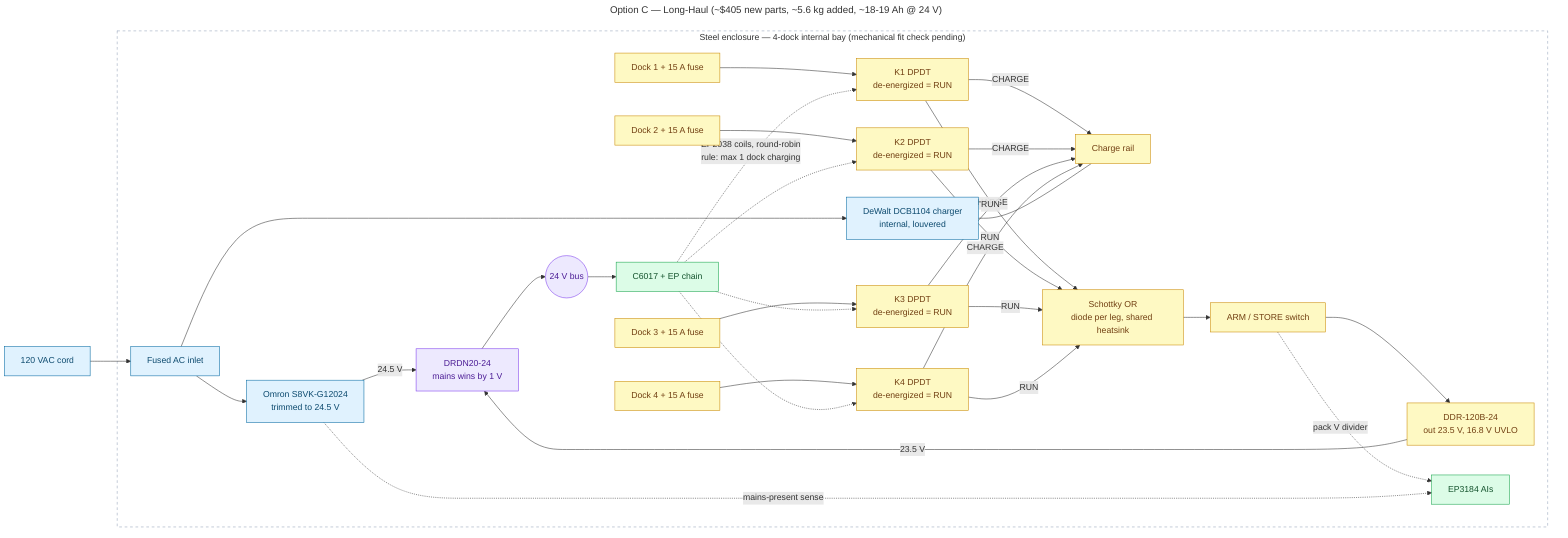
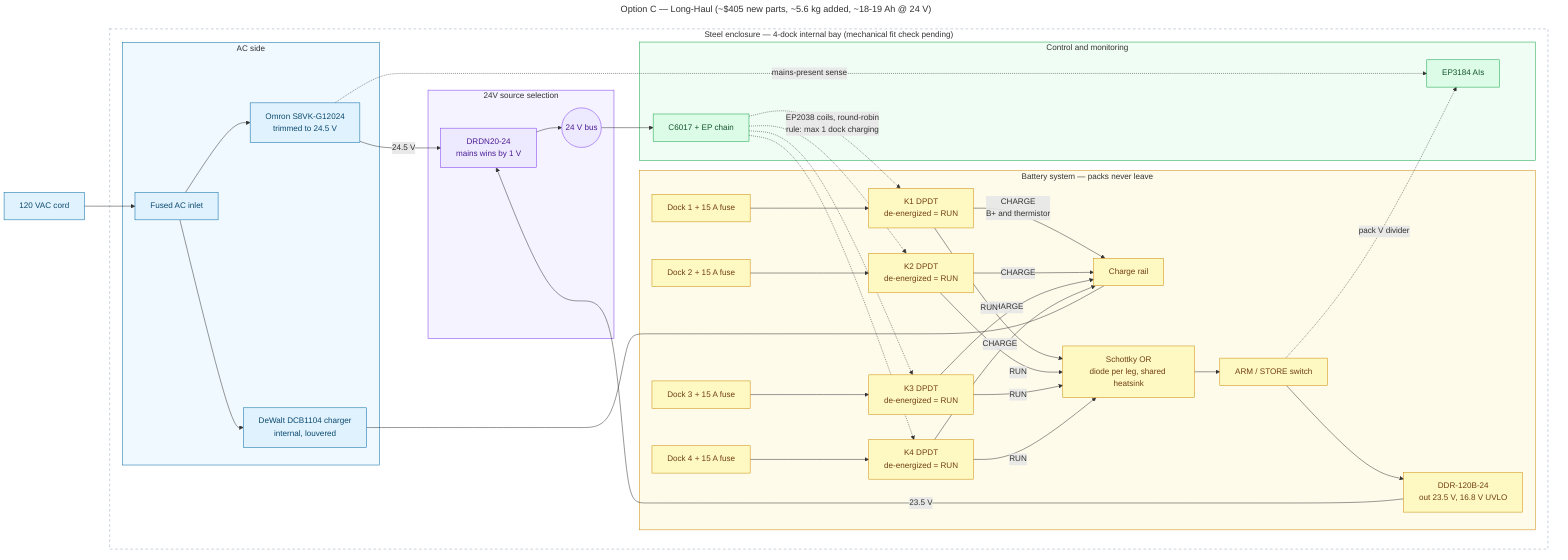
---
title: "Option C — Long-Haul (~$405 new parts, ~5.6 kg added, ~18-19 Ah @ 24 V)"
---
flowchart LR
    CORD["120 VAC cord"] --> INLET

    subgraph BOX["Steel enclosure — 4-dock internal bay (mechanical fit check pending)"]
-         INLET["Fused AC inlet"] --> PSU["Omron S8VK-G12024<br/>trimmed to 24.5 V"]
-         INLET --> CHG["DeWalt DCB1104 charger<br/>internal, louvered"]

-         D1["Dock 1 + 15 A fuse"] --> K1["K1 DPDT<br/>de-energized = RUN"]
-         D2["Dock 2 + 15 A fuse"] --> K2["K2 DPDT<br/>de-energized = RUN"]
-         D3["Dock 3 + 15 A fuse"] --> K3["K3 DPDT<br/>de-energized = RUN"]
-         D4["Dock 4 + 15 A fuse"] --> K4["K4 DPDT<br/>de-energized = RUN"]
+         subgraph ACS["AC side"]
+             INLET["Fused AC inlet"] --> PSU["Omron S8VK-G12024<br/>trimmed to 24.5 V"]
+             INLET --> CHG["DeWalt DCB1104 charger<br/>internal, louvered"]
+         end

-         K1 -->|"CHARGE"| CHR["Charge rail"]
-         K2 -->|"CHARGE"| CHR
-         K3 -->|"CHARGE"| CHR
-         K4 -->|"CHARGE"| CHR
+         subgraph BATT["Battery system — packs never leave"]
+             D1["Dock 1 + 15 A fuse"] --> K1["K1 DPDT<br/>de-energized = RUN"]
+             D2["Dock 2 + 15 A fuse"] --> K2["K2 DPDT<br/>de-energized = RUN"]
+             D3["Dock 3 + 15 A fuse"] --> K3["K3 DPDT<br/>de-energized = RUN"]
+             D4["Dock 4 + 15 A fuse"] --> K4["K4 DPDT<br/>de-energized = RUN"]
+             K1 -->|"CHARGE<br/>B+ and thermistor"| CHR["Charge rail"]
+             K2 -->|"CHARGE"| CHR
+             K3 -->|"CHARGE"| CHR
+             K4 -->|"CHARGE"| CHR
+             K1 -->|"RUN"| ORB["Schottky OR<br/>diode per leg, shared heatsink"]
+             K2 -->|"RUN"| ORB
+             K3 -->|"RUN"| ORB
+             K4 -->|"RUN"| ORB
+             ORB --> ARM["ARM / STORE switch"]
+             ARM --> BOOST["DDR-120B-24<br/>out 23.5 V, 16.8 V UVLO"]
+         end
+ 
+         subgraph SRC["24V source selection"]
+             OR24["DRDN20-24<br/>mains wins by 1 V"] --> BUS(("24 V bus"))
+         end
+ 
+         subgraph CTL["Control and monitoring"]
+             PLC["C6017 + EP chain"]
+             AI["EP3184 AIs"]
+         end
+ 
        CHG --- CHR
- 
-         K1 -->|"RUN"| ORB["Schottky OR<br/>diode per leg, shared heatsink"]
-         K2 -->|"RUN"| ORB
-         K3 -->|"RUN"| ORB
-         K4 -->|"RUN"| ORB
-         ORB --> ARM["ARM / STORE switch"]
-         ARM --> BOOST["DDR-120B-24<br/>out 23.5 V, 16.8 V UVLO"]
- 
-         PSU -->|"24.5 V"| OR24["DRDN20-24<br/>mains wins by 1 V"]
+         PSU -->|"24.5 V"| OR24
        BOOST -->|"23.5 V"| OR24
-         OR24 --> BUS(("24 V bus"))
-         BUS --> PLC["C6017 + EP chain"]
+         BUS --> PLC

        PLC -. "EP2038 coils, round-robin<br/>rule: max 1 dock charging" .-> K1
        PLC -.-> K2
        PLC -.-> K3
        PLC -.-> K4
-         ARM -. "pack V divider" .-> AI["EP3184 AIs"]
+         ARM -. "pack V divider" .-> AI
        PSU -. "mains-present sense" .-> AI
    end

    style BOX fill:none,stroke:#94a3b8,stroke-dasharray:5 5
+     style ACS fill:#f0f9ff,stroke:#0369a1,stroke-width:1px
+     style BATT fill:#fffbeb,stroke:#ca8a04,stroke-width:1px
+     style SRC fill:#f5f3ff,stroke:#7c3aed,stroke-width:1px
+     style CTL fill:#f0fdf4,stroke:#16a34a,stroke-width:1px
    classDef ac fill:#e0f2fe,stroke:#0369a1,color:#0c4a6e
    classDef batt fill:#fef9c3,stroke:#ca8a04,color:#713f12
    classDef bus fill:#ede9fe,stroke:#7c3aed,color:#4c1d95
    classDef load fill:#dcfce7,stroke:#16a34a,color:#14532d
    class CORD,INLET,PSU,CHG ac
    class D1,D2,D3,D4,K1,K2,K3,K4,CHR,ORB,ARM,BOOST batt
    class OR24,BUS bus
    class PLC,AI load
